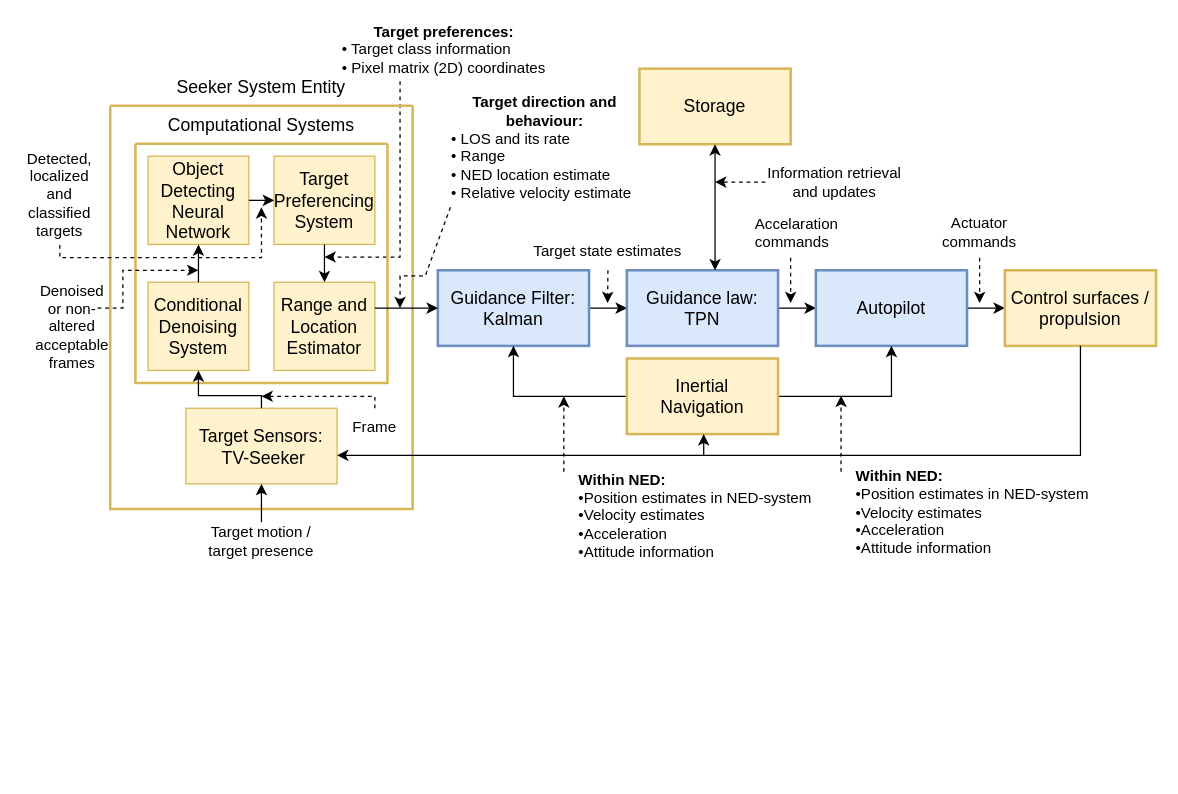
Before: Control-Topology.drawio in jukkajo/satunnaista-tavaraa, a draw.io diagram. Source tidied: cells renumbered, new cells numbered last; positions are measured from the earlier drawing's top-left corner, leaving out a move shared by most shapes. Both pictures are drawn from the tidied source at 126%, with x=0, y=0 at pixel (21, 30).
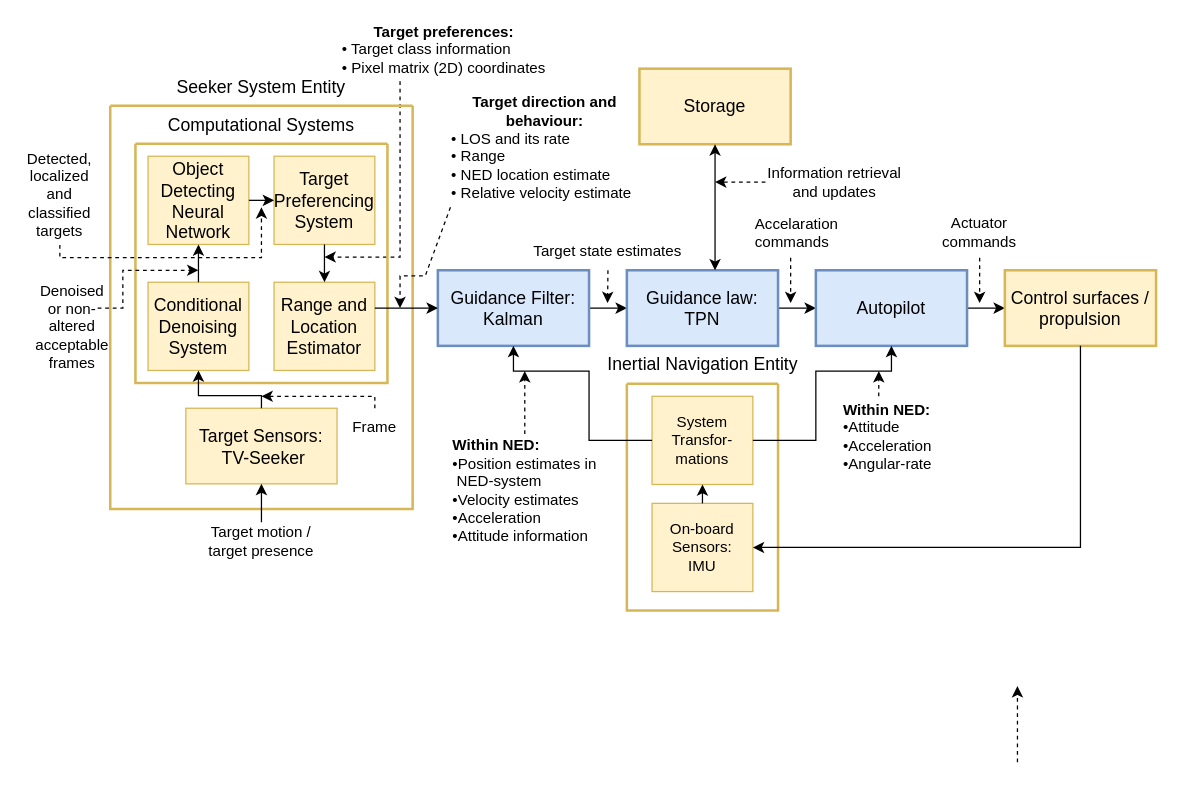
The same page after the edit.

Unchanged cells that the change refers to:
```xml
<mxCell id="6" value="&lt;div style=&quot;font-size: 14px;&quot;&gt;&lt;font style=&quot;font-size: 14px;&quot;&gt;Guidance Filter: &lt;font style=&quot;font-size: 14px;&quot;&gt;Kalman&lt;/font&gt;&lt;br&gt;&lt;/font&gt;&lt;/div&gt;" style="rounded=0;whiteSpace=wrap;html=1;fillColor=#dae8fc;strokeColor=#6c8ebf;strokeWidth=2;" parent="1" vertex="1">
  <mxGeometry x="330" y="190" width="120" height="60" as="geometry" />
</mxCell>
<mxCell id="10" value="&lt;font style=&quot;font-size: 14px;&quot;&gt;Autopilot&lt;/font&gt;" style="rounded=0;whiteSpace=wrap;html=1;fillColor=#dae8fc;strokeColor=#6c8ebf;strokeWidth=2;" parent="1" vertex="1">
  <mxGeometry x="630" y="190" width="120" height="60" as="geometry" />
</mxCell>
<mxCell id="14" value="&lt;font style=&quot;font-size: 14px;&quot;&gt;Control surfaces / propulsion&lt;br&gt;&lt;/font&gt;" style="rounded=0;whiteSpace=wrap;html=1;fillColor=#fff2cc;strokeColor=#d6b656;strokeWidth=2;" parent="1" vertex="1">
  <mxGeometry x="780" y="190" width="120" height="60" as="geometry" />
</mxCell>
<mxCell id="26" value="&lt;div&gt;&lt;font style=&quot;font-size: 14px;&quot;&gt;Target Sensors:&lt;/font&gt;&lt;/div&gt;&lt;div&gt;&lt;font style=&quot;font-size: 14px;&quot;&gt;&amp;nbsp;TV-Seeker&lt;br&gt;&lt;/font&gt;&lt;/div&gt;" style="rounded=0;whiteSpace=wrap;html=1;fillColor=#fff2cc;strokeColor=#d6b656;" parent="25" vertex="1">
  <mxGeometry x="60" y="240" width="120" height="60" as="geometry" />
</mxCell>
```

Change to the diagram source:
```diff
@@
-    <mxCell id="11" style="edgeStyle=orthogonalEdgeStyle;rounded=0;jettySize=auto;html=1;entryX=0.5;entryY=1;entryDx=0;entryDy=0;" parent="1" edge="1" source="13" target="10">
-      <mxGeometry relative="1" as="geometry" />
-    </mxCell>
-    <mxCell id="12" style="edgeStyle=orthogonalEdgeStyle;rounded=0;jettySize=auto;html=1;entryX=0.5;entryY=1;entryDx=0;entryDy=0;" parent="1" edge="1" source="13" target="6">
-      <mxGeometry relative="1" as="geometry" />
-    </mxCell>
-    <mxCell id="13" value="&lt;div&gt;&lt;font style=&quot;font-size: 14px;&quot;&gt;Inertial&lt;/font&gt;&lt;/div&gt;&lt;div&gt;&lt;font style=&quot;font-size: 14px;&quot;&gt;Navigation&lt;/font&gt;&lt;/div&gt;" style="rounded=0;whiteSpace=wrap;html=1;fillColor=#fff2cc;strokeColor=#d6b656;strokeWidth=2;" parent="1" vertex="1">
-      <mxGeometry x="480" y="260" width="120" height="60" as="geometry" />
-    </mxCell>
@@
-    <mxCell id="15" style="endArrow=classic;html=1;rounded=0;entryX=0.5;entryY=1;entryDx=0;entryDy=0;" parent="1" edge="1">
-      <mxGeometry relative="1" as="geometry">
-        <mxPoint x="541" y="337" as="sourcePoint" />
-        <mxPoint x="541" y="320" as="targetPoint" />
-      </mxGeometry>
-    </mxCell>
@@
-    <mxCell id="44" style="endArrow=classic;html=1;rounded=0;entryX=1;entryY=0.623;entryDx=0;entryDy=0;entryPerimeter=0;exitX=0.5;exitY=1;exitDx=0;exitDy=0;" parent="1" edge="1" source="14" target="26">
-      <mxGeometry relative="1" as="geometry">
-        <Array as="points">
-          <mxPoint x="840" y="337" />
-        </Array>
-      </mxGeometry>
-    </mxCell>
@@
-    <mxCell id="52" value="&lt;div&gt;&lt;b&gt;&lt;br&gt;&lt;/b&gt;&lt;/div&gt;&lt;div&gt;&lt;b&gt;Within NED:&lt;/b&gt;&lt;br&gt;&lt;/div&gt;&lt;div align=&quot;left&quot;&gt;&lt;font style=&quot;font-size: 12px;&quot;&gt;•Position estimates in NED-syst&lt;/font&gt;&lt;font style=&quot;font-size: 12px;&quot;&gt;em&lt;br&gt;&lt;/font&gt;&lt;font style=&quot;font-size: 12px;&quot;&gt;•&lt;/font&gt;&lt;font style=&quot;font-size: 12px;&quot;&gt;Velocity estimates&lt;br&gt;&lt;/font&gt;&lt;font style=&quot;font-size: 12px;&quot;&gt;•&lt;/font&gt;&lt;font style=&quot;font-size: 12px;&quot;&gt;Acceleration&lt;br&gt;&lt;/font&gt;&lt;font style=&quot;font-size: 12px;&quot;&gt;•&lt;/font&gt;&lt;font style=&quot;font-size: 12px;&quot;&gt;Attitude information&lt;br&gt;&lt;br&gt;&lt;/font&gt;&lt;/div&gt;" style="text;html=1;align=left;verticalAlign=middle;whiteSpace=wrap;rounded=0;" parent="1" vertex="1">
-      <mxGeometry x="440" y="350" width="220" height="70" as="geometry" />
+    <mxCell id="52" value="&lt;div&gt;&lt;b&gt;&lt;br&gt;&lt;/b&gt;&lt;/div&gt;&lt;div&gt;&lt;b&gt;Within NED:&lt;/b&gt;&lt;br&gt;&lt;/div&gt;&lt;div align=&quot;left&quot;&gt;&lt;font style=&quot;font-size: 12px;&quot;&gt;•Position estimates in&lt;/font&gt;&lt;/div&gt;&lt;div align=&quot;left&quot;&gt;&lt;font style=&quot;font-size: 12px;&quot;&gt;&amp;nbsp;NED-syst&lt;/font&gt;&lt;font style=&quot;font-size: 12px;&quot;&gt;em&lt;br&gt;&lt;/font&gt;&lt;font style=&quot;font-size: 12px;&quot;&gt;•&lt;/font&gt;&lt;font style=&quot;font-size: 12px;&quot;&gt;Velocity estimates&lt;br&gt;&lt;/font&gt;&lt;font style=&quot;font-size: 12px;&quot;&gt;•&lt;/font&gt;&lt;font style=&quot;font-size: 12px;&quot;&gt;Acceleration&lt;br&gt;&lt;/font&gt;&lt;font style=&quot;font-size: 12px;&quot;&gt;•&lt;/font&gt;&lt;font style=&quot;font-size: 12px;&quot;&gt;Attitude information&lt;br&gt;&lt;br&gt;&lt;/font&gt;&lt;/div&gt;" style="text;html=1;align=left;verticalAlign=middle;whiteSpace=wrap;rounded=0;" parent="1" vertex="1">
+      <mxGeometry x="340" y="330" width="220" height="70" as="geometry" />
     </mxCell>
     <mxCell id="53" style="html=1;labelBackgroundColor=#ffffff;startArrow=none;startFill=0;startSize=6;endArrow=classic;endFill=1;endSize=6;jettySize=auto;orthogonalLoop=1;strokeWidth=1;dashed=1;fontSize=14;rounded=0;" parent="1" edge="1">
       <mxGeometry relative="1" as="geometry">
-        <mxPoint x="430" y="350" as="sourcePoint" />
-        <mxPoint x="430" y="290" as="targetPoint" />
+        <mxPoint x="399" y="320" as="sourcePoint" />
+        <mxPoint x="399" y="270" as="targetPoint" />
       </mxGeometry>
     </mxCell>
     <mxCell id="54" style="html=1;labelBackgroundColor=#ffffff;startArrow=none;startFill=0;startSize=6;endArrow=classic;endFill=1;endSize=6;jettySize=auto;orthogonalLoop=1;strokeWidth=1;dashed=1;fontSize=14;rounded=0;" parent="1" edge="1">
       <mxGeometry relative="1" as="geometry">
-        <mxPoint x="650" y="350" as="sourcePoint" />
-        <mxPoint x="650" y="289.5" as="targetPoint" />
+        <mxPoint x="790" y="580.5" as="sourcePoint" />
+        <mxPoint x="790" y="520" as="targetPoint" />
       </mxGeometry>
     </mxCell>
-    <mxCell id="55" value="&lt;div&gt;&lt;b&gt;&lt;br&gt;&lt;/b&gt;&lt;/div&gt;&lt;div&gt;&lt;div&gt;&lt;b&gt;&lt;br&gt;&lt;/b&gt;&lt;/div&gt;&lt;b&gt;Within NED:&lt;/b&gt;&lt;/div&gt;&lt;div align=&quot;left&quot;&gt;&lt;font style=&quot;font-size: 12px;&quot;&gt;•Position estimates in NED-syst&lt;/font&gt;&lt;font style=&quot;font-size: 12px;&quot;&gt;em&lt;br&gt;&lt;/font&gt;&lt;font style=&quot;font-size: 12px;&quot;&gt;•&lt;/font&gt;&lt;font style=&quot;font-size: 12px;&quot;&gt;Velocity estimates&lt;br&gt;&lt;/font&gt;&lt;font style=&quot;font-size: 12px;&quot;&gt;•&lt;/font&gt;&lt;font style=&quot;font-size: 12px;&quot;&gt;Acceleration&lt;br&gt;&lt;/font&gt;&lt;font style=&quot;font-size: 12px;&quot;&gt;•&lt;/font&gt;&lt;font style=&quot;font-size: 12px;&quot;&gt;Attitude information&lt;br&gt;&lt;br&gt;&lt;/font&gt;&lt;/div&gt;" style="text;html=1;align=left;verticalAlign=middle;whiteSpace=wrap;rounded=0;" parent="1" vertex="1">
-      <mxGeometry x="660" y="340" width="220" height="70" as="geometry" />
+    <mxCell id="55" value="&lt;div&gt;&lt;b&gt;&lt;br&gt;&lt;/b&gt;&lt;/div&gt;&lt;div&gt;&lt;div&gt;&lt;b&gt;&lt;br&gt;&lt;/b&gt;&lt;/div&gt;&lt;b&gt;Within NED:&lt;/b&gt;&lt;/div&gt;&lt;div align=&quot;left&quot;&gt;&lt;font style=&quot;font-size: 12px;&quot;&gt;•Attitude&lt;br&gt;&lt;/font&gt;&lt;font style=&quot;font-size: 12px;&quot;&gt;•&lt;/font&gt;&lt;font style=&quot;font-size: 12px;&quot;&gt;Acceleration&lt;br&gt;&lt;/font&gt;&lt;font style=&quot;font-size: 12px;&quot;&gt;•&lt;/font&gt;&lt;font style=&quot;font-size: 12px;&quot;&gt;Angular-rate&lt;/font&gt;&lt;font style=&quot;font-size: 12px;&quot;&gt;&lt;br&gt;&lt;br&gt;&lt;/font&gt;&lt;/div&gt;" style="text;html=1;align=left;verticalAlign=middle;whiteSpace=wrap;rounded=0;" parent="1" vertex="1">
+      <mxGeometry x="650" y="280" width="220" height="70" as="geometry" />
     </mxCell>
+    <mxCell id="56" style="swimlane;startSize=0;strokeColor=#D6B656;strokeWidth=2;" parent="1" vertex="1">
+      <mxGeometry x="480" y="280" width="120" height="180" as="geometry" />
+    </mxCell>
+    <mxCell id="57" value="&lt;div&gt;On-board Sensors:&lt;/div&gt;&lt;div&gt;IMU&lt;/div&gt;" style="rounded=0;whiteSpace=wrap;html=1;fillColor=#fff2cc;strokeColor=#d6b656;" parent="56" vertex="1">
+      <mxGeometry x="20" y="95" width="80" height="70" as="geometry" />
+    </mxCell>
+    <mxCell id="58" value="&lt;div&gt;System Transfor-&lt;/div&gt;&lt;div&gt;mations&lt;/div&gt;" style="rounded=0;whiteSpace=wrap;html=1;fillColor=#fff2cc;strokeColor=#d6b656;" parent="56" vertex="1">
+      <mxGeometry x="20" y="10" width="80" height="70" as="geometry" />
+    </mxCell>
+    <mxCell id="59" style="endArrow=classic;html=1;rounded=0;entryX=0.5;entryY=1;entryDx=0;entryDy=0;exitX=0.5;exitY=0;exitDx=0;exitDy=0;" parent="56" edge="1" source="57" target="58">
+      <mxGeometry relative="1" as="geometry" />
+    </mxCell>
+    <mxCell id="60" value="&lt;font style=&quot;font-size: 14px;&quot;&gt;Inertial Navigation Entity&lt;/font&gt;" style="text;html=1;align=center;verticalAlign=middle;whiteSpace=wrap;rounded=0;" parent="1" vertex="1">
+      <mxGeometry x="457.5" y="250" width="165" height="30" as="geometry" />
+    </mxCell>
+    <mxCell id="61" style="endArrow=classic;html=1;rounded=0;entryX=0.5;entryY=1;entryDx=0;entryDy=0;exitX=1;exitY=0.5;exitDx=0;exitDy=0;" parent="1" edge="1" source="58" target="10">
+      <mxGeometry relative="1" as="geometry">
+        <Array as="points">
+          <mxPoint x="630" y="325" />
+          <mxPoint x="630" y="270" />
+          <mxPoint x="690" y="270" />
+        </Array>
+      </mxGeometry>
+    </mxCell>
+    <mxCell id="62" style="endArrow=classic;html=1;rounded=0;entryX=0.5;entryY=1;entryDx=0;entryDy=0;exitX=1;exitY=0.5;exitDx=0;exitDy=0;" parent="1" edge="1">
+      <mxGeometry relative="1" as="geometry">
+        <mxPoint x="500" y="325" as="sourcePoint" />
+        <mxPoint x="390" y="250" as="targetPoint" />
+        <Array as="points">
+          <mxPoint x="450" y="325" />
+          <mxPoint x="450" y="270" />
+          <mxPoint x="390" y="270" />
+        </Array>
+      </mxGeometry>
+    </mxCell>
+    <mxCell id="63" style="endArrow=classic;html=1;rounded=0;exitX=0.5;exitY=1;exitDx=0;exitDy=0;entryX=1;entryY=0.5;entryDx=0;entryDy=0;" parent="1" edge="1" source="14" target="57">
+      <mxGeometry relative="1" as="geometry">
+        <Array as="points">
+          <mxPoint x="840" y="410" />
+        </Array>
+      </mxGeometry>
+    </mxCell>
+    <mxCell id="64" style="html=1;labelBackgroundColor=#ffffff;startArrow=none;startFill=0;startSize=6;endArrow=classic;endFill=1;endSize=6;jettySize=auto;strokeWidth=1;dashed=1;fontSize=14;rounded=0;exitX=0.136;exitY=0.143;exitDx=0;exitDy=0;exitPerimeter=0;" parent="1" edge="1" source="55">
+      <mxGeometry relative="1" as="geometry">
+        <mxPoint x="680" y="270" as="targetPoint" />
+      </mxGeometry>
+    </mxCell>
```
